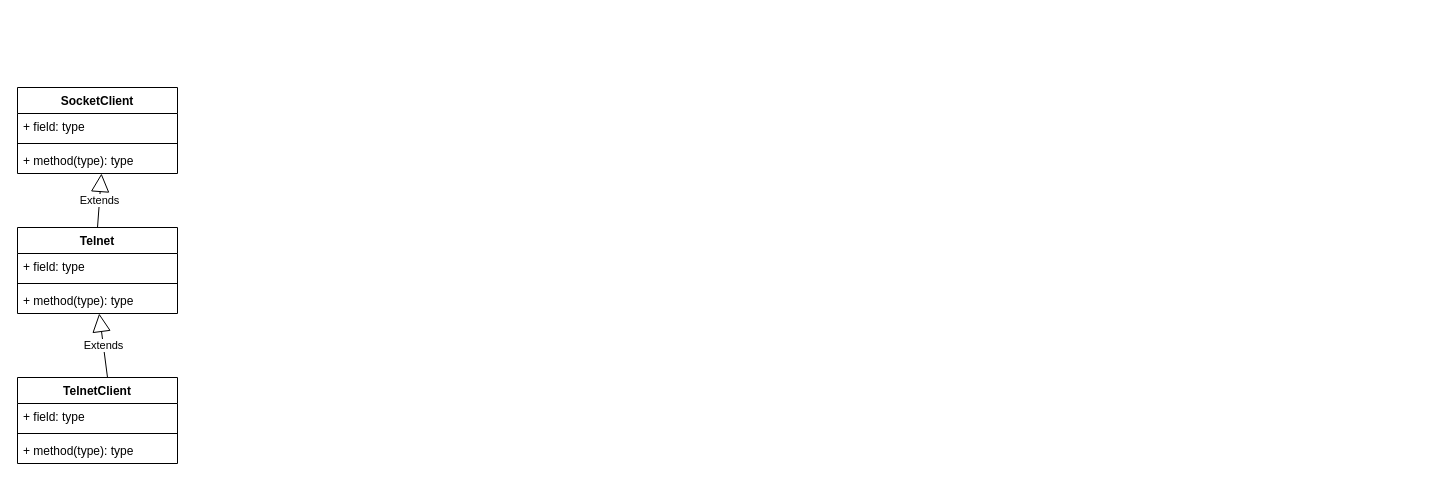
Before: commons/commons-net.drawio in tadsimons/draw, a draw.io diagram. Source tidied: cells renumbered, new cells numbered last; positions are measured from the earlier drawing's top-left corner, leaving out a move shared by most shapes. Both pictures are drawn from the tidied source at 100%, with x=0, y=0 at pixel (17, 87).
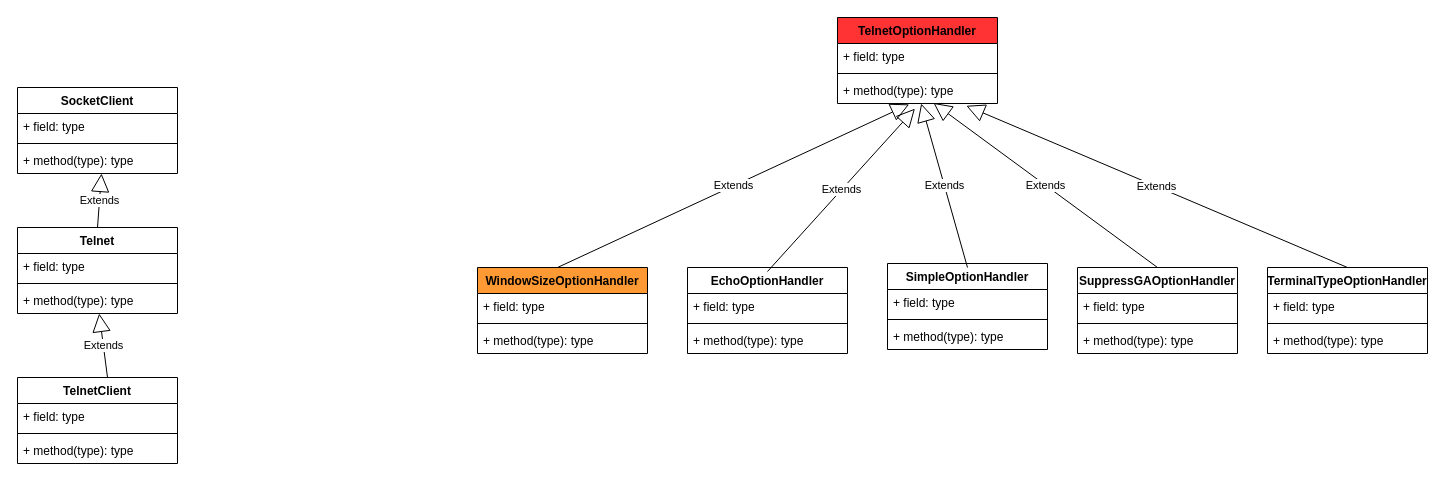
The same diagram, later.

The edit, as a diff of the source:
```diff
@@
+    <mxCell id="16" value="TelnetOptionHandler" style="swimlane;fontStyle=1;align=center;verticalAlign=top;horizontal=1;startSize=26;fillColor=#FF3333;" parent="1" vertex="1">
+      <mxGeometry x="820" y="-70" width="160" height="86" as="geometry" />
+    </mxCell>
+    <mxCell id="17" value="+ field: type" style="text;strokeColor=none;fillColor=none;align=left;verticalAlign=top;spacingLeft=4;spacingRight=4;overflow=hidden;" parent="16" vertex="1">
+      <mxGeometry y="26" width="160" height="26" as="geometry" />
+    </mxCell>
+    <mxCell id="18" style="line;strokeWidth=1;fillColor=none;align=left;verticalAlign=middle;spacingTop=-1;spacingLeft=3;spacingRight=3;labelPosition=right;" parent="16" vertex="1">
+      <mxGeometry y="52" width="160" height="8" as="geometry" />
+    </mxCell>
+    <mxCell id="19" value="+ method(type): type" style="text;strokeColor=none;fillColor=none;align=left;verticalAlign=top;spacingLeft=4;spacingRight=4;overflow=hidden;points=[[0,0.5],[1,0.5]];portConstraint=eastwest;" parent="16" vertex="1">
+      <mxGeometry y="60" width="160" height="26" as="geometry" />
+    </mxCell>
+    <mxCell id="20" value="WindowSizeOptionHandler" style="swimlane;fontStyle=1;align=center;verticalAlign=top;horizontal=1;startSize=26;fillColor=#FF9933;" parent="1" vertex="1">
+      <mxGeometry x="460" y="180" width="170" height="86" as="geometry" />
+    </mxCell>
+    <mxCell id="21" value="Extends" style="endArrow=block;endSize=16;endFill=0;html=1;entryX=0.448;entryY=1.033;entryDx=0;entryDy=0;entryPerimeter=0;" parent="20" edge="1" target="19">
+      <mxGeometry relative="1" as="geometry">
+        <mxPoint x="80" as="sourcePoint" />
+      </mxGeometry>
+    </mxCell>
+    <mxCell id="22" value="+ field: type" style="text;strokeColor=none;fillColor=none;align=left;verticalAlign=top;spacingLeft=4;spacingRight=4;overflow=hidden;" parent="20" vertex="1">
+      <mxGeometry y="26" width="170" height="26" as="geometry" />
+    </mxCell>
+    <mxCell id="23" style="line;strokeWidth=1;fillColor=none;align=left;verticalAlign=middle;spacingTop=-1;spacingLeft=3;spacingRight=3;labelPosition=right;" parent="20" vertex="1">
+      <mxGeometry y="52" width="170" height="8" as="geometry" />
+    </mxCell>
+    <mxCell id="24" value="+ method(type): type" style="text;strokeColor=none;fillColor=none;align=left;verticalAlign=top;spacingLeft=4;spacingRight=4;overflow=hidden;" parent="20" vertex="1">
+      <mxGeometry y="60" width="170" height="26" as="geometry" />
+    </mxCell>
+    <mxCell id="25" value="EchoOptionHandler" style="swimlane;fontStyle=1;align=center;verticalAlign=top;horizontal=1;startSize=26;" parent="1" vertex="1">
+      <mxGeometry x="670" y="180" width="160" height="86" as="geometry" />
+    </mxCell>
+    <mxCell id="26" value="Extends" style="endArrow=block;endSize=16;endFill=0;html=1;entryX=0.484;entryY=1.198;entryDx=0;entryDy=0;entryPerimeter=0;" parent="25" edge="1" target="19">
+      <mxGeometry relative="1" as="geometry">
+        <mxPoint x="80" y="4" as="sourcePoint" />
+      </mxGeometry>
+    </mxCell>
+    <mxCell id="27" value="+ field: type" style="text;strokeColor=none;fillColor=none;align=left;verticalAlign=top;spacingLeft=4;spacingRight=4;overflow=hidden;" parent="25" vertex="1">
+      <mxGeometry y="26" width="160" height="26" as="geometry" />
+    </mxCell>
+    <mxCell id="28" style="line;strokeWidth=1;fillColor=none;align=left;verticalAlign=middle;spacingTop=-1;spacingLeft=3;spacingRight=3;labelPosition=right;" parent="25" vertex="1">
+      <mxGeometry y="52" width="160" height="8" as="geometry" />
+    </mxCell>
+    <mxCell id="29" value="+ method(type): type" style="text;strokeColor=none;fillColor=none;align=left;verticalAlign=top;spacingLeft=4;spacingRight=4;overflow=hidden;" parent="25" vertex="1">
+      <mxGeometry y="60" width="160" height="26" as="geometry" />
+    </mxCell>
+    <mxCell id="30" value="SimpleOptionHandler" style="swimlane;fontStyle=1;align=center;verticalAlign=top;horizontal=1;startSize=26;" parent="1" vertex="1">
+      <mxGeometry x="870" y="176" width="160" height="86" as="geometry" />
+    </mxCell>
+    <mxCell id="31" value="Extends" style="endArrow=block;endSize=16;endFill=0;html=1;" parent="30" edge="1" target="19">
+      <mxGeometry relative="1" as="geometry">
+        <mxPoint x="80" y="4" as="sourcePoint" />
+      </mxGeometry>
+    </mxCell>
+    <mxCell id="32" value="+ field: type" style="text;strokeColor=none;fillColor=none;align=left;verticalAlign=top;spacingLeft=4;spacingRight=4;overflow=hidden;" parent="30" vertex="1">
+      <mxGeometry y="26" width="160" height="26" as="geometry" />
+    </mxCell>
+    <mxCell id="33" style="line;strokeWidth=1;fillColor=none;align=left;verticalAlign=middle;spacingTop=-1;spacingLeft=3;spacingRight=3;labelPosition=right;" parent="30" vertex="1">
+      <mxGeometry y="52" width="160" height="8" as="geometry" />
+    </mxCell>
+    <mxCell id="34" value="+ method(type): type" style="text;strokeColor=none;fillColor=none;align=left;verticalAlign=top;spacingLeft=4;spacingRight=4;overflow=hidden;" parent="30" vertex="1">
+      <mxGeometry y="60" width="160" height="26" as="geometry" />
+    </mxCell>
+    <mxCell id="35" value="SuppressGAOptionHandler" style="swimlane;fontStyle=1;align=center;verticalAlign=top;horizontal=1;startSize=26;" parent="1" vertex="1">
+      <mxGeometry x="1060" y="180" width="160" height="86" as="geometry" />
+    </mxCell>
+    <mxCell id="36" value="Extends" style="endArrow=block;endSize=16;endFill=0;html=1;entryX=0.6;entryY=0.978;entryDx=0;entryDy=0;entryPerimeter=0;" parent="35" edge="1" target="19">
+      <mxGeometry relative="1" as="geometry">
+        <mxPoint x="80" as="sourcePoint" />
+      </mxGeometry>
+    </mxCell>
+    <mxCell id="37" value="+ field: type" style="text;strokeColor=none;fillColor=none;align=left;verticalAlign=top;spacingLeft=4;spacingRight=4;overflow=hidden;" parent="35" vertex="1">
+      <mxGeometry y="26" width="160" height="26" as="geometry" />
+    </mxCell>
+    <mxCell id="38" style="line;strokeWidth=1;fillColor=none;align=left;verticalAlign=middle;spacingTop=-1;spacingLeft=3;spacingRight=3;labelPosition=right;" parent="35" vertex="1">
+      <mxGeometry y="52" width="160" height="8" as="geometry" />
+    </mxCell>
+    <mxCell id="39" value="+ method(type): type" style="text;strokeColor=none;fillColor=none;align=left;verticalAlign=top;spacingLeft=4;spacingRight=4;overflow=hidden;" parent="35" vertex="1">
+      <mxGeometry y="60" width="160" height="26" as="geometry" />
+    </mxCell>
+    <mxCell id="40" value="TerminalTypeOptionHandler" style="swimlane;fontStyle=1;align=center;verticalAlign=top;horizontal=1;startSize=26;" parent="1" vertex="1">
+      <mxGeometry x="1250" y="180" width="160" height="86" as="geometry" />
+    </mxCell>
+    <mxCell id="41" value="Extends" style="endArrow=block;endSize=16;endFill=0;html=1;entryX=0.805;entryY=1.088;entryDx=0;entryDy=0;entryPerimeter=0;" parent="40" edge="1" target="19">
+      <mxGeometry relative="1" as="geometry">
+        <mxPoint x="80" as="sourcePoint" />
+      </mxGeometry>
+    </mxCell>
+    <mxCell id="42" value="+ field: type" style="text;strokeColor=none;fillColor=none;align=left;verticalAlign=top;spacingLeft=4;spacingRight=4;overflow=hidden;" parent="40" vertex="1">
+      <mxGeometry y="26" width="160" height="26" as="geometry" />
+    </mxCell>
+    <mxCell id="43" style="line;strokeWidth=1;fillColor=none;align=left;verticalAlign=middle;spacingTop=-1;spacingLeft=3;spacingRight=3;labelPosition=right;" parent="40" vertex="1">
+      <mxGeometry y="52" width="160" height="8" as="geometry" />
+    </mxCell>
+    <mxCell id="44" value="+ method(type): type" style="text;strokeColor=none;fillColor=none;align=left;verticalAlign=top;spacingLeft=4;spacingRight=4;overflow=hidden;" parent="40" vertex="1">
+      <mxGeometry y="60" width="160" height="26" as="geometry" />
+    </mxCell>
```
